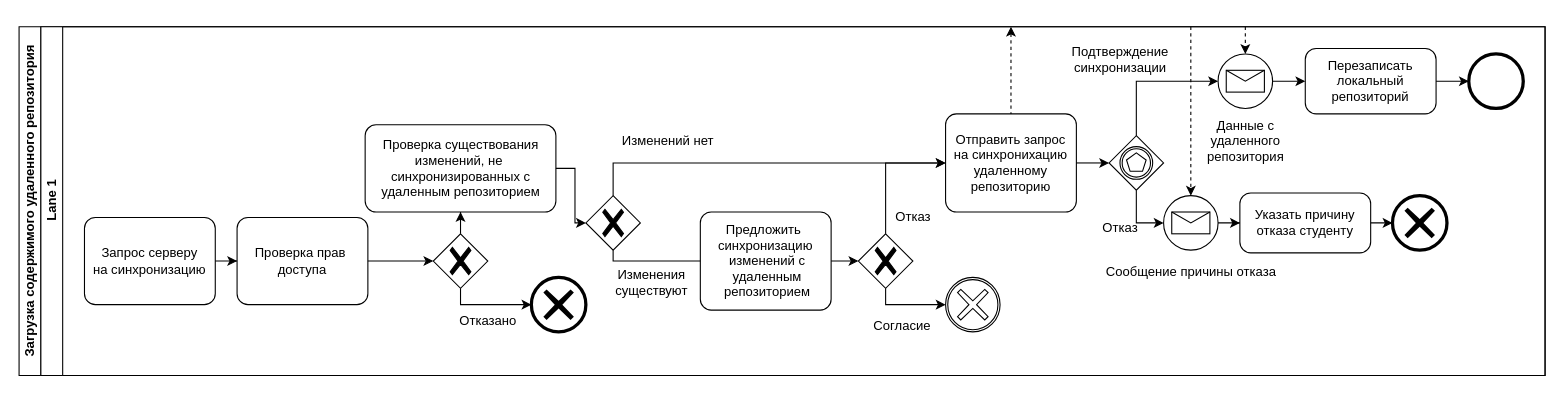
Earlier version of the draw.io diagram docs/inc/img/bpmn-local-repo.drawio (Inspirate789/bpla). Source tidied: cells renumbered, new cells numbered last; positions are measured from the earlier drawing's top-left corner, leaving out a move shared by most shapes. Both pictures are drawn from the tidied source at 109%, with x=0, y=0 at pixel (19, 26).
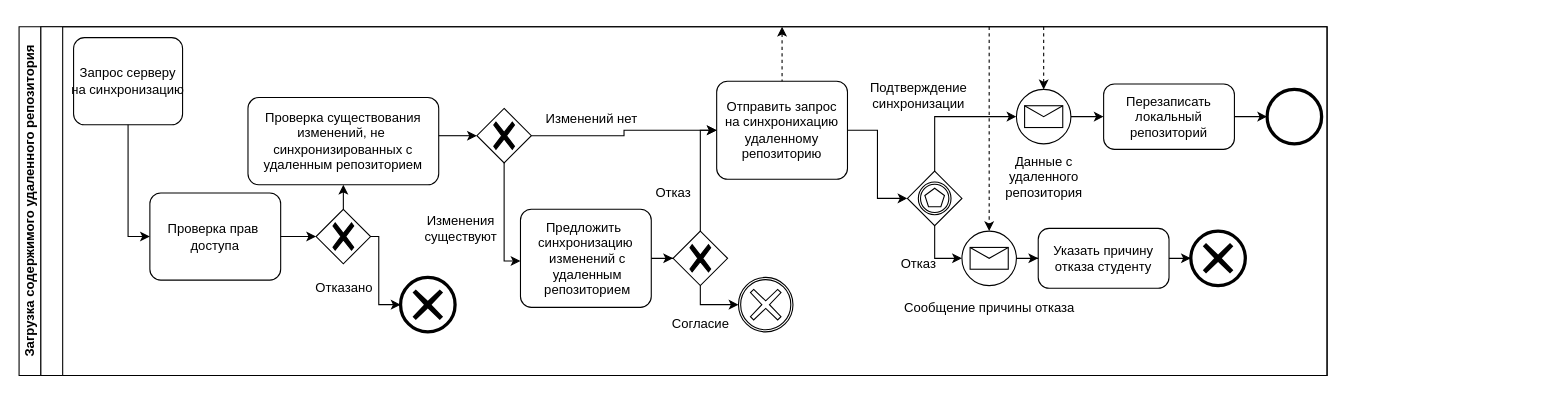
The same page after the edit.

Commit message (it also covers changes not shown here):
local-repo pull change

The edit, as a diff of the source:
```diff
@@
     <mxCell id="2" value="Загрузка содержимого удаленного репозитория" style="swimlane;html=1;horizontal=0;startSize=20;whiteSpace=wrap;" parent="1" vertex="1">
-      <mxGeometry width="1400" height="320" as="geometry" />
+      <mxGeometry width="1200" height="320" as="geometry" />
     </mxCell>
-    <mxCell id="3" value="Lane 1" style="swimlane;html=1;startSize=20;horizontal=0;" parent="2" vertex="1">
-      <mxGeometry x="20" width="1380" height="320" as="geometry" />
+    <mxCell id="3" style="swimlane;html=1;startSize=20;horizontal=0;" parent="2" vertex="1">
+      <mxGeometry x="20" width="1180" height="320" as="geometry" />
     </mxCell>
     <mxCell id="4" style="points=[[0.25,0.25,0],[0.5,0,0],[0.75,0.25,0],[1,0.5,0],[0.75,0.75,0],[0.5,1,0],[0.25,0.75,0],[0,0.5,0]];shape=mxgraph.bpmn.gateway2;html=1;verticalLabelPosition=bottom;labelBackgroundColor=#ffffff;verticalAlign=top;align=center;perimeter=rhombusPerimeter;outlineConnect=0;outline=none;symbol=none;gwType=exclusive;" parent="3" vertex="1">
-      <mxGeometry x="360" y="190" width="50" height="50" as="geometry" />
+      <mxGeometry x="252.5" y="167.5" width="50" height="50" as="geometry" />
     </mxCell>
     <mxCell id="5" style="points=[[0.145,0.145,0],[0.5,0,0],[0.855,0.145,0],[1,0.5,0],[0.855,0.855,0],[0.5,1,0],[0.145,0.855,0],[0,0.5,0]];shape=mxgraph.bpmn.event;html=1;verticalLabelPosition=bottom;labelBackgroundColor=#ffffff;verticalAlign=top;align=center;perimeter=ellipsePerimeter;outlineConnect=0;outline=end;symbol=cancel;" parent="3" vertex="1">
-      <mxGeometry x="450" y="230" width="50" height="50" as="geometry" />
+      <mxGeometry x="330" y="230" width="50" height="50" as="geometry" />
     </mxCell>
     <mxCell id="6" style="edgeStyle=orthogonalEdgeStyle;rounded=0;jettySize=auto;html=1;entryX=0;entryY=0.5;entryDx=0;entryDy=0;entryPerimeter=0;" parent="3" edge="1" source="4" target="5">
       <mxGeometry relative="1" as="geometry">
         <Array as="points">
-          <mxPoint x="385" y="255" />
+          <mxPoint x="310" y="193" />
         </Array>
       </mxGeometry>
     </mxCell>
     <mxCell id="7" value="Отказано" style="text;html=1;align=center;verticalAlign=middle;strokeColor=none;fillColor=none;" parent="3" vertex="1">
-      <mxGeometry x="370" y="255" width="80" height="30" as="geometry" />
+      <mxGeometry x="237.5" y="225" width="80" height="30" as="geometry" />
     </mxCell>
-    <mxCell id="8" style="edgeStyle=orthogonalEdgeStyle;rounded=0;jettySize=auto;html=1;entryX=0;entryY=0.5;entryDx=0;entryDy=0;entryPerimeter=0;" parent="3" edge="1" source="9" target="23">
-      <mxGeometry relative="1" as="geometry">
-        <Array as="points">
-          <mxPoint x="525" y="125" />
-        </Array>
-      </mxGeometry>
-    </mxCell>
     <mxCell id="9" style="points=[[0.25,0.25,0],[0.5,0,0],[0.75,0.25,0],[1,0.5,0],[0.75,0.75,0],[0.5,1,0],[0.25,0.75,0],[0,0.5,0]];shape=mxgraph.bpmn.gateway2;html=1;verticalLabelPosition=bottom;labelBackgroundColor=#ffffff;verticalAlign=top;align=center;perimeter=rhombusPerimeter;outlineConnect=0;outline=none;symbol=none;gwType=exclusive;" parent="3" vertex="1">
-      <mxGeometry x="500" y="155" width="50" height="50" as="geometry" />
+      <mxGeometry x="400" y="75" width="50" height="50" as="geometry" />
     </mxCell>
-    <mxCell id="10" style="edgeStyle=orthogonalEdgeStyle;rounded=0;jettySize=auto;html=1;" parent="3" edge="1" source="9">
-      <mxGeometry relative="1" as="geometry">
-        <mxPoint x="640" y="215" as="targetPoint" />
-        <Array as="points">
-          <mxPoint x="525" y="215" />
-        </Array>
-      </mxGeometry>
-    </mxCell>
     <mxCell id="11" value="&lt;span style=&quot;text-wrap: nowrap;&quot;&gt;Запрос серверу&lt;/span&gt;&lt;br style=&quot;text-wrap: nowrap;&quot;&gt;&lt;span style=&quot;text-wrap: nowrap;&quot;&gt;на синхронизацию&lt;/span&gt;" style="points=[[0.25,0,0],[0.5,0,0],[0.75,0,0],[1,0.25,0],[1,0.5,0],[1,0.75,0],[0.75,1,0],[0.5,1,0],[0.25,1,0],[0,0.75,0],[0,0.5,0],[0,0.25,0]];shape=mxgraph.bpmn.task;whiteSpace=wrap;rectStyle=rounded;size=10;html=1;taskMarker=abstract;" parent="3" vertex="1">
-      <mxGeometry x="40" y="175" width="120" height="80" as="geometry" />
+      <mxGeometry x="30" y="10" width="100" height="80" as="geometry" />
     </mxCell>
     <mxCell id="12" value="&lt;span style=&quot;text-wrap: nowrap;&quot;&gt;Проверка прав&amp;nbsp;&lt;/span&gt;&lt;div&gt;&lt;span style=&quot;text-wrap: nowrap;&quot;&gt;доступа&lt;/span&gt;&lt;/div&gt;" style="points=[[0.25,0,0],[0.5,0,0],[0.75,0,0],[1,0.25,0],[1,0.5,0],[1,0.75,0],[0.75,1,0],[0.5,1,0],[0.25,1,0],[0,0.75,0],[0,0.5,0],[0,0.25,0]];shape=mxgraph.bpmn.task;whiteSpace=wrap;rectStyle=rounded;size=10;html=1;taskMarker=abstract;" parent="3" vertex="1">
-      <mxGeometry x="180" y="175" width="120" height="80" as="geometry" />
+      <mxGeometry x="100" y="152.5" width="120" height="80" as="geometry" />
     </mxCell>
     <mxCell id="13" value="&lt;span style=&quot;text-wrap: nowrap;&quot;&gt;Проверка существования&lt;/span&gt;&lt;div&gt;&lt;span style=&quot;background-color: initial; text-wrap: nowrap;&quot;&gt;изменений,&amp;nbsp;&lt;/span&gt;&lt;span style=&quot;background-color: initial; text-wrap: nowrap;&quot;&gt;не&amp;nbsp;&lt;/span&gt;&lt;div&gt;&lt;span style=&quot;text-wrap: nowrap;&quot;&gt;синхронизированных с&lt;/span&gt;&lt;br style=&quot;text-wrap: nowrap;&quot;&gt;&lt;span style=&quot;text-wrap: nowrap;&quot;&gt;удаленным репозиторием&lt;/span&gt;&lt;/div&gt;&lt;/div&gt;" style="points=[[0.25,0,0],[0.5,0,0],[0.75,0,0],[1,0.25,0],[1,0.5,0],[1,0.75,0],[0.75,1,0],[0.5,1,0],[0.25,1,0],[0,0.75,0],[0,0.5,0],[0,0.25,0]];shape=mxgraph.bpmn.task;whiteSpace=wrap;rectStyle=rounded;size=10;html=1;taskMarker=abstract;" parent="3" vertex="1">
-      <mxGeometry x="297.5" y="90" width="175" height="80" as="geometry" />
+      <mxGeometry x="190" y="65" width="175" height="80" as="geometry" />
     </mxCell>
@@
     <mxCell id="16" style="edgeStyle=orthogonalEdgeStyle;rounded=0;jettySize=auto;html=1;entryX=0;entryY=0.5;entryDx=0;entryDy=0;entryPerimeter=0;" parent="3" edge="1" source="13" target="9">
       <mxGeometry relative="1" as="geometry">
         <Array as="points">
-          <mxPoint x="490" y="130" />
-          <mxPoint x="490" y="180" />
+          <mxPoint x="380" y="100" />
+          <mxPoint x="380" y="100" />
         </Array>
       </mxGeometry>
     </mxCell>
     <mxCell id="17" value="Изменения&lt;div&gt;существуют&lt;/div&gt;" style="text;html=1;align=center;verticalAlign=middle;strokeColor=none;fillColor=none;" parent="3" vertex="1">
-      <mxGeometry x="515" y="215" width="90" height="40" as="geometry" />
+      <mxGeometry x="340" y="165" width="90" height="40" as="geometry" />
     </mxCell>
     <mxCell id="18" value="Изменений нет" style="text;html=1;align=center;verticalAlign=middle;strokeColor=none;fillColor=none;" parent="3" vertex="1">
-      <mxGeometry x="520" y="90" width="110" height="30" as="geometry" />
+      <mxGeometry x="450" y="70" width="110" height="30" as="geometry" />
     </mxCell>
@@
-    <mxCell id="20" value="&lt;span style=&quot;text-wrap: nowrap;&quot;&gt;Предложить&amp;nbsp;&lt;/span&gt;&lt;div&gt;&lt;span style=&quot;text-wrap: nowrap;&quot;&gt;синхронизацию&lt;/span&gt;&lt;/div&gt;&lt;div&gt;&lt;span style=&quot;text-wrap: nowrap;&quot;&gt;&amp;nbsp;изменений с&lt;/span&gt;&lt;/div&gt;&lt;div&gt;&lt;span style=&quot;text-wrap: nowrap;&quot;&gt;&amp;nbsp;удаленным&lt;/span&gt;&lt;/div&gt;&lt;div&gt;&lt;span style=&quot;text-wrap: nowrap;&quot;&gt;&amp;nbsp;репозиторием&lt;/span&gt;&lt;/div&gt;" style="points=[[0.25,0,0],[0.5,0,0],[0.75,0,0],[1,0.25,0],[1,0.5,0],[1,0.75,0],[0.75,1,0],[0.5,1,0],[0.25,1,0],[0,0.75,0],[0,0.5,0],[0,0.25,0]];shape=mxgraph.bpmn.task;whiteSpace=wrap;rectStyle=rounded;size=10;html=1;taskMarker=abstract;" parent="3" vertex="1">
-      <mxGeometry x="605" y="170" width="120" height="90" as="geometry" />
-    </mxCell>
     <mxCell id="21" style="points=[[0.25,0.25,0],[0.5,0,0],[0.75,0.25,0],[1,0.5,0],[0.75,0.75,0],[0.5,1,0],[0.25,0.75,0],[0,0.5,0]];shape=mxgraph.bpmn.gateway2;html=1;verticalLabelPosition=bottom;labelBackgroundColor=#ffffff;verticalAlign=top;align=center;perimeter=rhombusPerimeter;outlineConnect=0;outline=none;symbol=none;gwType=exclusive;" parent="3" vertex="1">
-      <mxGeometry x="750" y="190" width="50" height="50" as="geometry" />
+      <mxGeometry x="580" y="187.5" width="50" height="50" as="geometry" />
     </mxCell>
-    <mxCell id="22" style="edgeStyle=orthogonalEdgeStyle;rounded=0;jettySize=auto;html=1;entryX=0;entryY=0.5;entryDx=0;entryDy=0;entryPerimeter=0;" parent="3" edge="1" source="20" target="21">
-      <mxGeometry relative="1" as="geometry" />
-    </mxCell>
     <mxCell id="23" value="&lt;span style=&quot;text-wrap: nowrap;&quot;&gt;Отправить запрос&lt;/span&gt;&lt;div&gt;&lt;span style=&quot;text-wrap: nowrap;&quot;&gt;на синхронихацию&lt;/span&gt;&lt;/div&gt;&lt;div&gt;&lt;span style=&quot;text-wrap: nowrap;&quot;&gt;удаленному&lt;/span&gt;&lt;/div&gt;&lt;div&gt;&lt;span style=&quot;text-wrap: nowrap;&quot;&gt;репозиторию&lt;/span&gt;&lt;/div&gt;" style="points=[[0.25,0,0],[0.5,0,0],[0.75,0,0],[1,0.25,0],[1,0.5,0],[1,0.75,0],[0.75,1,0],[0.5,1,0],[0.25,1,0],[0,0.75,0],[0,0.5,0],[0,0.25,0]];shape=mxgraph.bpmn.task;whiteSpace=wrap;rectStyle=rounded;size=10;html=1;taskMarker=abstract;" parent="3" vertex="1">
-      <mxGeometry x="830" y="80" width="120" height="90" as="geometry" />
+      <mxGeometry x="620" y="50" width="120" height="90" as="geometry" />
     </mxCell>
     <mxCell id="24" style="edgeStyle=orthogonalEdgeStyle;rounded=0;jettySize=auto;html=1;entryX=0;entryY=0.5;entryDx=0;entryDy=0;entryPerimeter=0;" parent="3" edge="1" source="21" target="23">
       <mxGeometry relative="1" as="geometry">
         <Array as="points">
-          <mxPoint x="775" y="125" />
+          <mxPoint x="605" y="95" />
         </Array>
       </mxGeometry>
     </mxCell>
     <mxCell id="25" value="Отказ" style="text;html=1;align=center;verticalAlign=middle;strokeColor=none;fillColor=none;" parent="3" vertex="1">
-      <mxGeometry x="770" y="160" width="60" height="30" as="geometry" />
+      <mxGeometry x="550" y="137.5" width="60" height="30" as="geometry" />
     </mxCell>
     <mxCell id="26" style="endArrow=none;dashed=1;html=1;rounded=0;entryX=0.5;entryY=0;entryDx=0;entryDy=0;entryPerimeter=0;startArrow=classic;startFill=1;" parent="3" edge="1" target="23">
       <mxGeometry relative="1" as="geometry">
-        <mxPoint x="890" as="sourcePoint" />
+        <mxPoint x="680" as="sourcePoint" />
       </mxGeometry>
     </mxCell>
-    <mxCell id="27" style="edgeStyle=orthogonalEdgeStyle;rounded=0;jettySize=auto;html=1;entryX=0;entryY=0.5;entryDx=0;entryDy=0;entryPerimeter=0;" parent="3" edge="1" source="23">
-      <mxGeometry relative="1" as="geometry">
-        <mxPoint x="980" y="125" as="targetPoint" />
-      </mxGeometry>
-    </mxCell>
     <mxCell id="28" style="points=[[0.145,0.145,0],[0.5,0,0],[0.855,0.145,0],[1,0.5,0],[0.855,0.855,0],[0.5,1,0],[0.145,0.855,0],[0,0.5,0]];shape=mxgraph.bpmn.event;html=1;verticalLabelPosition=bottom;labelBackgroundColor=#ffffff;verticalAlign=top;align=center;perimeter=ellipsePerimeter;outlineConnect=0;outline=boundInt;symbol=cancel;" parent="3" vertex="1">
-      <mxGeometry x="830" y="230" width="50" height="50" as="geometry" />
+      <mxGeometry x="640" y="230" width="50" height="50" as="geometry" />
     </mxCell>
     <mxCell id="29" style="edgeStyle=orthogonalEdgeStyle;rounded=0;jettySize=auto;html=1;entryX=0;entryY=0.5;entryDx=0;entryDy=0;entryPerimeter=0;" parent="3" edge="1" source="21" target="28">
       <mxGeometry relative="1" as="geometry">
         <Array as="points">
-          <mxPoint x="775" y="255" />
+          <mxPoint x="605" y="255" />
         </Array>
       </mxGeometry>
     </mxCell>
     <mxCell id="30" value="Согласие" style="text;html=1;align=center;verticalAlign=middle;strokeColor=none;fillColor=none;" parent="3" vertex="1">
-      <mxGeometry x="750" y="260" width="80" height="30" as="geometry" />
+      <mxGeometry x="565" y="257.5" width="80" height="30" as="geometry" />
     </mxCell>
+    <mxCell id="50" style="edgeStyle=orthogonalEdgeStyle;rounded=0;jettySize=auto;html=1;" parent="3" edge="1" source="9" target="20">
+      <mxGeometry relative="1" as="geometry">
+        <Array as="points">
+          <mxPoint x="425" y="215" />
+        </Array>
+      </mxGeometry>
+    </mxCell>
+    <mxCell id="20" value="&lt;span style=&quot;text-wrap: nowrap;&quot;&gt;Предложить&amp;nbsp;&lt;/span&gt;&lt;div&gt;&lt;span style=&quot;text-wrap: nowrap;&quot;&gt;синхронизацию&lt;/span&gt;&lt;/div&gt;&lt;div&gt;&lt;span style=&quot;text-wrap: nowrap;&quot;&gt;&amp;nbsp;изменений с&lt;/span&gt;&lt;/div&gt;&lt;div&gt;&lt;span style=&quot;text-wrap: nowrap;&quot;&gt;&amp;nbsp;удаленным&lt;/span&gt;&lt;/div&gt;&lt;div&gt;&lt;span style=&quot;text-wrap: nowrap;&quot;&gt;&amp;nbsp;репозиторием&lt;/span&gt;&lt;/div&gt;" style="points=[[0.25,0,0],[0.5,0,0],[0.75,0,0],[1,0.25,0],[1,0.5,0],[1,0.75,0],[0.75,1,0],[0.5,1,0],[0.25,1,0],[0,0.75,0],[0,0.5,0],[0,0.25,0]];shape=mxgraph.bpmn.task;whiteSpace=wrap;rectStyle=rounded;size=10;html=1;taskMarker=abstract;" parent="3" vertex="1">
+      <mxGeometry x="440" y="167.5" width="120" height="90" as="geometry" />
+    </mxCell>
+    <mxCell id="22" style="edgeStyle=orthogonalEdgeStyle;rounded=0;jettySize=auto;html=1;entryX=0;entryY=0.5;entryDx=0;entryDy=0;entryPerimeter=0;" parent="3" edge="1" source="20" target="21">
+      <mxGeometry relative="1" as="geometry" />
+    </mxCell>
+    <mxCell id="8" style="edgeStyle=orthogonalEdgeStyle;rounded=0;jettySize=auto;html=1;entryX=0;entryY=0.5;entryDx=0;entryDy=0;entryPerimeter=0;" parent="3" edge="1" source="9" target="23">
+      <mxGeometry relative="1" as="geometry" />
+    </mxCell>
     <mxCell id="31" style="points=[[0.25,0.25,0],[0.5,0,0],[0.75,0.25,0],[1,0.5,0],[0.75,0.75,0],[0.5,1,0],[0.25,0.75,0],[0,0.5,0]];shape=mxgraph.bpmn.gateway2;html=1;verticalLabelPosition=bottom;labelBackgroundColor=#ffffff;verticalAlign=top;align=center;perimeter=rhombusPerimeter;outlineConnect=0;outline=boundInt;symbol=multiple;" parent="3" vertex="1">
-      <mxGeometry x="980" y="100" width="50" height="50" as="geometry" />
+      <mxGeometry x="795" y="132.5" width="50" height="50" as="geometry" />
     </mxCell>
     <mxCell id="32" value="Отказ" style="text;html=1;align=center;verticalAlign=middle;strokeColor=none;fillColor=none;" parent="3" vertex="1">
-      <mxGeometry x="960" y="170" width="60" height="30" as="geometry" />
+      <mxGeometry x="775" y="202.5" width="60" height="30" as="geometry" />
     </mxCell>
     <mxCell id="33" style="points=[[0.145,0.145,0],[0.5,0,0],[0.855,0.145,0],[1,0.5,0],[0.855,0.855,0],[0.5,1,0],[0.145,0.855,0],[0,0.5,0]];shape=mxgraph.bpmn.event;html=1;verticalLabelPosition=bottom;labelBackgroundColor=#ffffff;verticalAlign=top;align=center;perimeter=ellipsePerimeter;outlineConnect=0;outline=standard;symbol=message;" parent="3" vertex="1">
-      <mxGeometry x="1030" y="155" width="50" height="50" as="geometry" />
+      <mxGeometry x="845" y="187.5" width="50" height="50" as="geometry" />
     </mxCell>
@@
     <mxCell id="35" value="Сообщение причины отказа" style="text;html=1;align=center;verticalAlign=middle;strokeColor=none;fillColor=none;" parent="3" vertex="1">
-      <mxGeometry x="965" y="210" width="180" height="30" as="geometry" />
+      <mxGeometry x="780" y="242.5" width="180" height="30" as="geometry" />
     </mxCell>
     <mxCell id="36" value="&lt;span style=&quot;text-wrap: nowrap;&quot;&gt;Перезаписать&lt;/span&gt;&lt;div&gt;&lt;span style=&quot;text-wrap: nowrap;&quot;&gt;локальный&lt;/span&gt;&lt;/div&gt;&lt;div&gt;&lt;span style=&quot;text-wrap: nowrap;&quot;&gt;репозиторий&lt;/span&gt;&lt;/div&gt;" style="points=[[0.25,0,0],[0.5,0,0],[0.75,0,0],[1,0.25,0],[1,0.5,0],[1,0.75,0],[0.75,1,0],[0.5,1,0],[0.25,1,0],[0,0.75,0],[0,0.5,0],[0,0.25,0]];shape=mxgraph.bpmn.task;whiteSpace=wrap;rectStyle=rounded;size=10;html=1;taskMarker=abstract;" parent="3" vertex="1">
-      <mxGeometry x="1160" y="20" width="120" height="60" as="geometry" />
+      <mxGeometry x="975" y="52.5" width="120" height="60" as="geometry" />
     </mxCell>
     <mxCell id="37" value="&lt;span style=&quot;text-wrap: nowrap;&quot;&gt;Указать причину&lt;/span&gt;&lt;div&gt;&lt;span style=&quot;text-wrap: nowrap;&quot;&gt;отказа студенту&lt;/span&gt;&lt;/div&gt;" style="points=[[0.25,0,0],[0.5,0,0],[0.75,0,0],[1,0.25,0],[1,0.5,0],[1,0.75,0],[0.75,1,0],[0.5,1,0],[0.25,1,0],[0,0.75,0],[0,0.5,0],[0,0.25,0]];shape=mxgraph.bpmn.task;whiteSpace=wrap;rectStyle=rounded;size=10;html=1;taskMarker=abstract;" parent="3" vertex="1">
-      <mxGeometry x="1100" y="152.5" width="120" height="55" as="geometry" />
+      <mxGeometry x="915" y="185" width="120" height="55" as="geometry" />
     </mxCell>
@@
     <mxCell id="39" style="points=[[0.145,0.145,0],[0.5,0,0],[0.855,0.145,0],[1,0.5,0],[0.855,0.855,0],[0.5,1,0],[0.145,0.855,0],[0,0.5,0]];shape=mxgraph.bpmn.event;html=1;verticalLabelPosition=bottom;labelBackgroundColor=#ffffff;verticalAlign=top;align=center;perimeter=ellipsePerimeter;outlineConnect=0;outline=end;symbol=cancel;" parent="3" vertex="1">
-      <mxGeometry x="1240" y="155" width="50" height="50" as="geometry" />
+      <mxGeometry x="1055" y="187.5" width="50" height="50" as="geometry" />
     </mxCell>
@@
     <mxCell id="41" style="points=[[0.145,0.145,0],[0.5,0,0],[0.855,0.145,0],[1,0.5,0],[0.855,0.855,0],[0.5,1,0],[0.145,0.855,0],[0,0.5,0]];shape=mxgraph.bpmn.event;html=1;verticalLabelPosition=bottom;labelBackgroundColor=#ffffff;verticalAlign=top;align=center;perimeter=ellipsePerimeter;outlineConnect=0;outline=standard;symbol=message;" parent="3" vertex="1">
-      <mxGeometry x="1080" y="25" width="50" height="50" as="geometry" />
+      <mxGeometry x="895" y="57.5" width="50" height="50" as="geometry" />
     </mxCell>
     <mxCell id="42" value="Данные с&lt;br&gt;удаленного&lt;br&gt;репозитория" style="text;html=1;align=center;verticalAlign=middle;strokeColor=none;fillColor=none;" parent="3" vertex="1">
-      <mxGeometry x="1060" y="75" width="90" height="60" as="geometry" />
+      <mxGeometry x="875" y="107.5" width="90" height="60" as="geometry" />
     </mxCell>
     <mxCell id="43" style="edgeStyle=orthogonalEdgeStyle;rounded=0;jettySize=auto;html=1;entryX=0;entryY=0.5;entryDx=0;entryDy=0;entryPerimeter=0;" parent="3" edge="1" source="31" target="41">
       <mxGeometry relative="1" as="geometry">
         <Array as="points">
-          <mxPoint x="1005" y="50" />
+          <mxPoint x="820" y="82.5" />
         </Array>
       </mxGeometry>
     </mxCell>
@@
     <mxCell id="45" style="points=[[0.145,0.145,0],[0.5,0,0],[0.855,0.145,0],[1,0.5,0],[0.855,0.855,0],[0.5,1,0],[0.145,0.855,0],[0,0.5,0]];shape=mxgraph.bpmn.event;html=1;verticalLabelPosition=bottom;labelBackgroundColor=#ffffff;verticalAlign=top;align=center;perimeter=ellipsePerimeter;outlineConnect=0;outline=end;symbol=terminate2;" parent="3" vertex="1">
-      <mxGeometry x="1310" y="25" width="50" height="50" as="geometry" />
+      <mxGeometry x="1125" y="57.5" width="50" height="50" as="geometry" />
     </mxCell>
@@
     <mxCell id="47" value="Подтверждение&lt;div&gt;синхронизации&lt;/div&gt;" style="text;html=1;align=center;verticalAlign=middle;strokeColor=none;fillColor=none;" parent="3" vertex="1">
-      <mxGeometry x="935" y="10" width="110" height="40" as="geometry" />
+      <mxGeometry x="750" y="42.5" width="110" height="40" as="geometry" />
     </mxCell>
-    <mxCell id="48" style="endArrow=classic;dashed=1;html=1;rounded=0;entryX=0.5;entryY=0;entryDx=0;entryDy=0;entryPerimeter=0;endFill=1;" parent="1" edge="1" target="33">
+    <mxCell id="48" style="endArrow=classic;dashed=1;html=1;rounded=0;entryX=0.5;entryY=0;entryDx=0;entryDy=0;entryPerimeter=0;endFill=1;" parent="3" edge="1" target="33">
       <mxGeometry relative="1" as="geometry">
-        <mxPoint x="1075" as="sourcePoint" />
+        <mxPoint x="870" as="sourcePoint" />
       </mxGeometry>
     </mxCell>
-    <mxCell id="49" style="endArrow=classic;dashed=1;html=1;rounded=0;entryX=0.5;entryY=0;entryDx=0;entryDy=0;entryPerimeter=0;endFill=1;" parent="1" edge="1" target="41">
+    <mxCell id="49" style="endArrow=classic;dashed=1;html=1;rounded=0;entryX=0.5;entryY=0;entryDx=0;entryDy=0;entryPerimeter=0;endFill=1;" parent="3" edge="1" target="41">
       <mxGeometry relative="1" as="geometry">
-        <mxPoint x="1125" as="sourcePoint" />
+        <mxPoint x="920" as="sourcePoint" />
       </mxGeometry>
     </mxCell>
+    <mxCell id="51" style="edgeStyle=orthogonalEdgeStyle;rounded=0;jettySize=auto;html=1;entryX=0;entryY=0.5;entryDx=0;entryDy=0;entryPerimeter=0;" parent="3" edge="1" source="23" target="31">
+      <mxGeometry relative="1" as="geometry" />
+    </mxCell>
```
